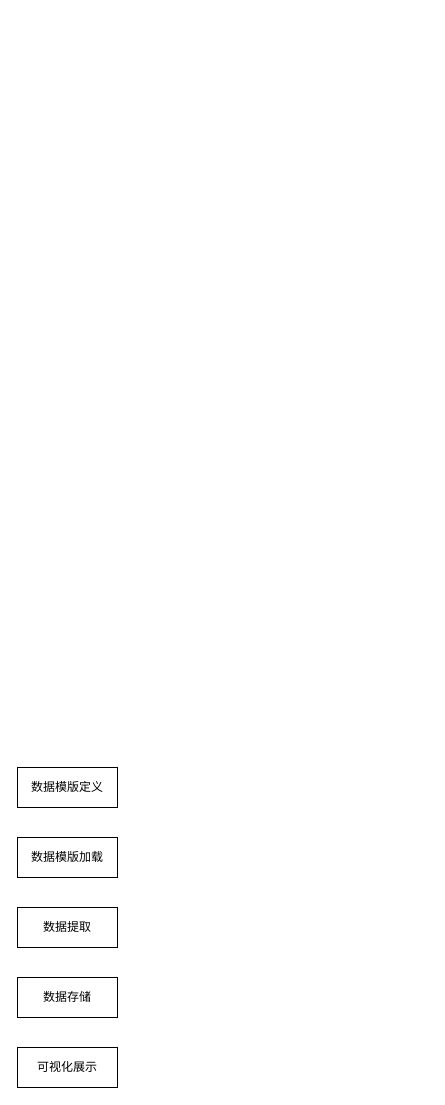
Above: drawio/稳定性数据管理平台.drawio in xiaofang168/files (draw.io), before the change. Source tidied: cells renumbered, new cells numbered last; positions are measured from the earlier drawing's top-left corner, leaving out a move shared by most shapes. Both pictures are drawn from the tidied source at 100%, with x=0, y=0 at pixel (17, 767).
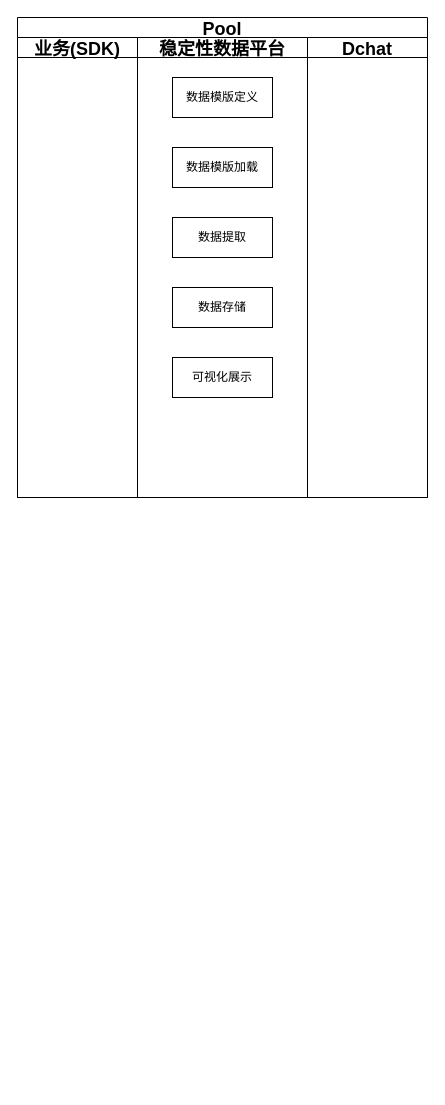
Above is the later version.

Commit message:
Update 稳定性数据管理平台.drawio

Change to the diagram source:
```diff
@@
 <mxGraphModel>
   <root>
     <mxCell id="0" />
     <mxCell id="1" parent="0" />
+    <mxCell id="7" value="Pool" style="swimlane;startSize=20;rounded=0;shadow=0;glass=0;fontSize=18;strokeColor=default;strokeWidth=1;fillColor=default;" parent="1" vertex="1">
+      <mxGeometry y="-750" width="410" height="480" as="geometry" />
+    </mxCell>
+    <mxCell id="8" value="业务(SDK)" style="swimlane;startSize=20;rounded=0;shadow=0;glass=0;fontSize=18;strokeColor=default;strokeWidth=1;fillColor=default;" parent="7" vertex="1">
+      <mxGeometry y="20" width="120" height="460" as="geometry" />
+    </mxCell>
+    <mxCell id="9" value="稳定性数据平台" style="swimlane;startSize=20;rounded=0;shadow=0;glass=0;fontSize=18;strokeColor=default;strokeWidth=1;fillColor=default;" parent="7" vertex="1">
+      <mxGeometry x="120" y="20" width="170" height="460" as="geometry" />
+    </mxCell>
+    <mxCell id="6" value="数据模版定义" style="rounded=0;whiteSpace=wrap;html=1;" parent="9" vertex="1">
+      <mxGeometry x="35" y="40" width="100" height="40" as="geometry" />
+    </mxCell>
-    <mxCell id="2" value="数据模版加载" style="rounded=0;whiteSpace=wrap;html=1;" parent="1" vertex="1">
-      <mxGeometry y="70" width="100" height="40" as="geometry" />
+    <mxCell id="2" value="数据模版加载" style="rounded=0;whiteSpace=wrap;html=1;" parent="9" vertex="1">
+      <mxGeometry x="35" y="110" width="100" height="40" as="geometry" />
     </mxCell>
-    <mxCell id="3" value="数据提取" style="rounded=0;whiteSpace=wrap;html=1;" parent="1" vertex="1">
-      <mxGeometry y="140" width="100" height="40" as="geometry" />
+    <mxCell id="3" value="数据提取" style="rounded=0;whiteSpace=wrap;html=1;" parent="9" vertex="1">
+      <mxGeometry x="35" y="180" width="100" height="40" as="geometry" />
     </mxCell>
-    <mxCell id="4" value="数据存储" style="rounded=0;whiteSpace=wrap;html=1;" parent="1" vertex="1">
-      <mxGeometry y="210" width="100" height="40" as="geometry" />
+    <mxCell id="4" value="数据存储" style="rounded=0;whiteSpace=wrap;html=1;" parent="9" vertex="1">
+      <mxGeometry x="35" y="250" width="100" height="40" as="geometry" />
     </mxCell>
-    <mxCell id="5" value="可视化展示" style="rounded=0;whiteSpace=wrap;html=1;" parent="1" vertex="1">
-      <mxGeometry y="280" width="100" height="40" as="geometry" />
+    <mxCell id="5" value="可视化展示" style="rounded=0;whiteSpace=wrap;html=1;" parent="9" vertex="1">
+      <mxGeometry x="35" y="320" width="100" height="40" as="geometry" />
     </mxCell>
-    <mxCell id="6" value="数据模版定义" style="rounded=0;whiteSpace=wrap;html=1;" parent="1" vertex="1">
-      <mxGeometry width="100" height="40" as="geometry" />
-    </mxCell>
+    <mxCell id="10" value="Dchat" style="swimlane;startSize=20;rounded=0;shadow=0;glass=0;fontSize=18;strokeColor=default;strokeWidth=1;fillColor=default;" parent="7" vertex="1">
+      <mxGeometry x="290" y="20" width="120" height="460" as="geometry" />
+    </mxCell>
   </root>
 </mxGraphModel>
```
